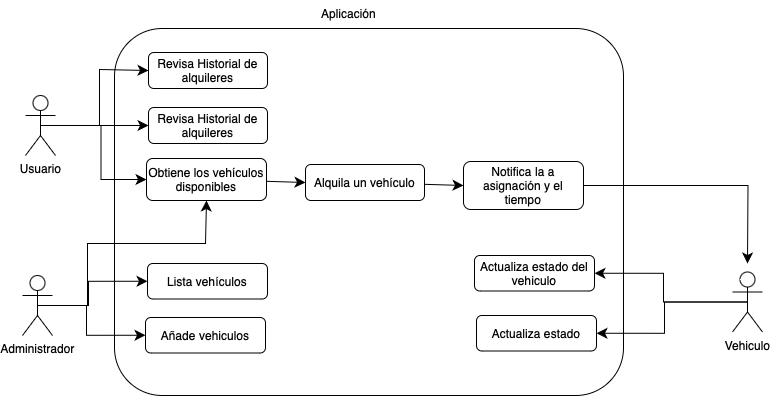
Jojo1542/Proyecto-Drivehub keeps this draw.io diagram as Documentation/Diagrams/Caso-de-uso-2.png. Above is the earlier version. Source tidied: cells renumbered, new cells last; positions are measured from the earlier drawing's top-left corner, leaving out a move shared by most shapes.
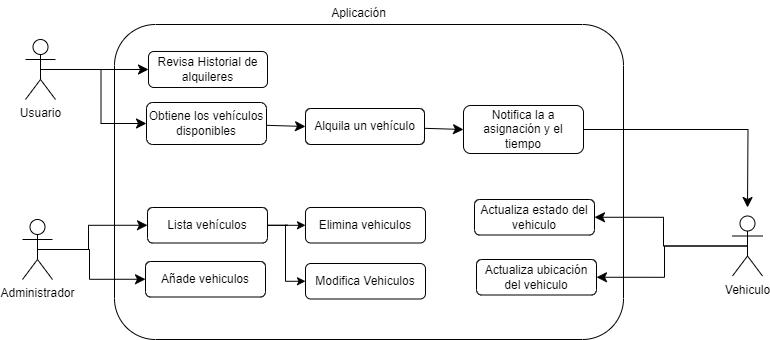
The same file after the commit.

Change to the diagram source:
```diff
@@ -8,14 +8,6 @@
     <mxCell id="3" style="edgeStyle=orthogonalEdgeStyle;rounded=0;jettySize=auto;html=1;exitX=0.5;exitY=0.5;exitDx=0;exitDy=0;exitPerimeter=0;entryX=0;entryY=0.5;entryDx=0;entryDy=0;fontSize=12;startSize=8;endSize=8;" parent="1" edge="1" source="5" target="26">
       <mxGeometry relative="1" as="geometry" />
     </mxCell>
-    <mxCell id="4" style="edgeStyle=orthogonalEdgeStyle;rounded=0;jettySize=auto;html=1;exitX=0.5;exitY=0.5;exitDx=0;exitDy=0;exitPerimeter=0;entryX=0;entryY=0.5;entryDx=0;entryDy=0;fontSize=12;startSize=8;endSize=8;" parent="1" edge="1" source="5" target="25">
-      <mxGeometry relative="1" as="geometry">
-        <Array as="points">
-          <mxPoint x="77" y="125" />
-          <mxPoint x="77" y="69" />
-        </Array>
-      </mxGeometry>
-    </mxCell>
     <mxCell id="5" value="Usuario&lt;div&gt;&lt;br&gt;&lt;/div&gt;" style="shape=umlActor;verticalLabelPosition=bottom;verticalAlign=top;html=1;outlineConnect=0;" parent="1" vertex="1">
       <mxGeometry x="3" y="95" width="30" height="60" as="geometry" />
     </mxCell>
@@ -36,20 +28,11 @@
         </Array>
       </mxGeometry>
     </mxCell>
-    <mxCell id="10" style="edgeStyle=orthogonalEdgeStyle;rounded=0;jettySize=auto;html=1;exitX=0.5;exitY=0.5;exitDx=0;exitDy=0;exitPerimeter=0;entryX=0.5;entryY=1;entryDx=0;entryDy=0;fontSize=12;startSize=8;endSize=8;" parent="1" edge="1" source="12" target="16">
-      <mxGeometry relative="1" as="geometry">
-        <Array as="points">
-          <mxPoint x="65" y="305" />
-          <mxPoint x="65" y="243" />
-          <mxPoint x="183" y="243" />
-        </Array>
-      </mxGeometry>
-    </mxCell>
     <mxCell id="11" style="edgeStyle=orthogonalEdgeStyle;rounded=0;jettySize=auto;html=1;exitX=0.5;exitY=0.5;exitDx=0;exitDy=0;exitPerimeter=0;entryX=0;entryY=0.5;entryDx=0;entryDy=0;fontSize=12;startSize=8;endSize=8;" parent="1" edge="1" source="12" target="22">
       <mxGeometry relative="1" as="geometry">
         <Array as="points">
-          <mxPoint x="64" y="305" />
-          <mxPoint x="64" y="335" />
+          <mxPoint x="67" y="305" />
+          <mxPoint x="67" y="335" />
         </Array>
       </mxGeometry>
     </mxCell>
@@ -57,10 +40,10 @@
       <mxGeometry y="275" width="30" height="60" as="geometry" />
     </mxCell>
     <mxCell id="13" style="rounded=1;whiteSpace=wrap;html=1;arcSize=13;fillColor=none;" parent="1" vertex="1">
-      <mxGeometry x="92" y="28" width="509" height="367" as="geometry" />
+      <mxGeometry x="92" y="80" width="509" height="315" as="geometry" />
     </mxCell>
     <mxCell id="14" value="Aplicación" style="text;html=1;align=center;verticalAlign=middle;strokeColor=none;fillColor=none;" parent="1" vertex="1">
-      <mxGeometry x="289" width="73" height="26" as="geometry" />
+      <mxGeometry x="299" y="56" width="73" height="26" as="geometry" />
     </mxCell>
     <mxCell id="15" style="edgeStyle=none;curved=1;rounded=0;jettySize=auto;html=1;entryX=0;entryY=0.5;entryDx=0;entryDy=0;fontSize=12;startSize=8;endSize=8;" parent="1" edge="1" source="16" target="18">
       <mxGeometry relative="1" as="geometry" />
@@ -82,6 +65,17 @@
         <mxPoint x="725" y="263" as="targetPoint" />
       </mxGeometry>
     </mxCell>
+    <mxCell id="27" style="edgeStyle=orthogonalEdgeStyle;rounded=0;jettySize=auto;html=1;" parent="1" edge="1" source="21" target="29">
+      <mxGeometry relative="1" as="geometry" />
+    </mxCell>
+    <mxCell id="28" style="edgeStyle=orthogonalEdgeStyle;rounded=0;jettySize=auto;html=1;entryX=0;entryY=0.5;entryDx=0;entryDy=0;" parent="1" edge="1" source="21" target="30">
+      <mxGeometry relative="1" as="geometry">
+        <Array as="points">
+          <mxPoint x="263" y="281" />
+          <mxPoint x="263" y="337" />
+        </Array>
+      </mxGeometry>
+    </mxCell>
     <mxCell id="21" value="Lista vehículos" style="rounded=1;whiteSpace=wrap;html=1;" parent="1" vertex="1">
       <mxGeometry x="125" y="263" width="120" height="35.5" as="geometry" />
     </mxCell>
@@ -91,14 +85,17 @@
     <mxCell id="23" value="Actualiza estado del vehiculo" style="rounded=1;whiteSpace=wrap;html=1;" parent="1" vertex="1">
       <mxGeometry x="452" y="255" width="120" height="35.5" as="geometry" />
     </mxCell>
-    <mxCell id="24" value="Actualiza estado" style="rounded=1;whiteSpace=wrap;html=1;" parent="1" vertex="1">
+    <mxCell id="24" value="Actualiza ubicación del vehiculo" style="rounded=1;whiteSpace=wrap;html=1;" parent="1" vertex="1">
       <mxGeometry x="454" y="315" width="120" height="35.5" as="geometry" />
     </mxCell>
-    <mxCell id="25" value="Revisa Historial de alquileres" style="rounded=1;whiteSpace=wrap;html=1;" parent="1" vertex="1">
-      <mxGeometry x="126" y="52" width="119" height="36" as="geometry" />
-    </mxCell>
     <mxCell id="26" value="Revisa Historial de alquileres" style="rounded=1;whiteSpace=wrap;html=1;" parent="1" vertex="1">
       <mxGeometry x="126" y="107" width="119" height="36" as="geometry" />
     </mxCell>
+    <mxCell id="29" value="Elimina vehiculos" style="rounded=1;whiteSpace=wrap;html=1;" parent="1" vertex="1">
+      <mxGeometry x="283" y="263" width="120" height="35.5" as="geometry" />
+    </mxCell>
+    <mxCell id="30" value="Modifica Vehiculos" style="rounded=1;whiteSpace=wrap;html=1;" parent="1" vertex="1">
+      <mxGeometry x="283" y="319" width="120" height="35.5" as="geometry" />
+    </mxCell>
   </root>
 </mxGraphModel>
```
